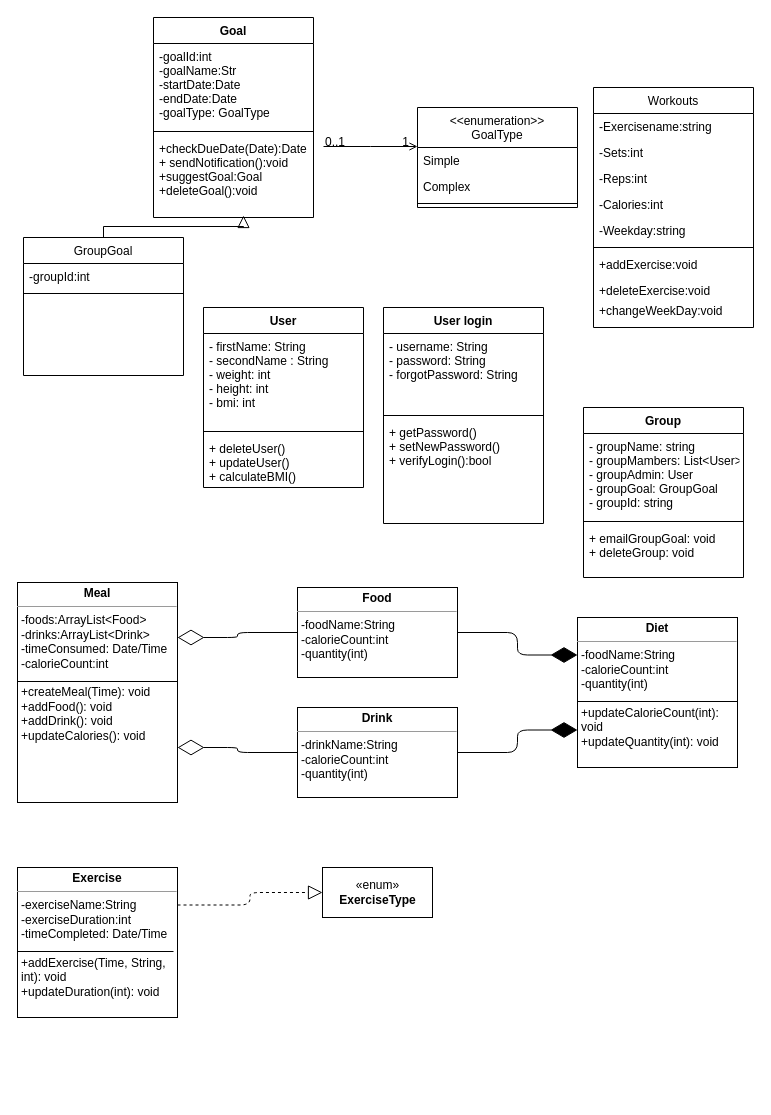
This is Untitled Diagram.drawio from UEAHealthTracker/HealthTracker, a draw.io file, before an edit. Source tidied: cells renumbered, new cells numbered last; positions are measured from the earlier drawing's top-left corner, leaving out a move shared by most shapes. Both pictures are drawn from the tidied source at 100%, with x=0, y=0 at pixel (17, 17).
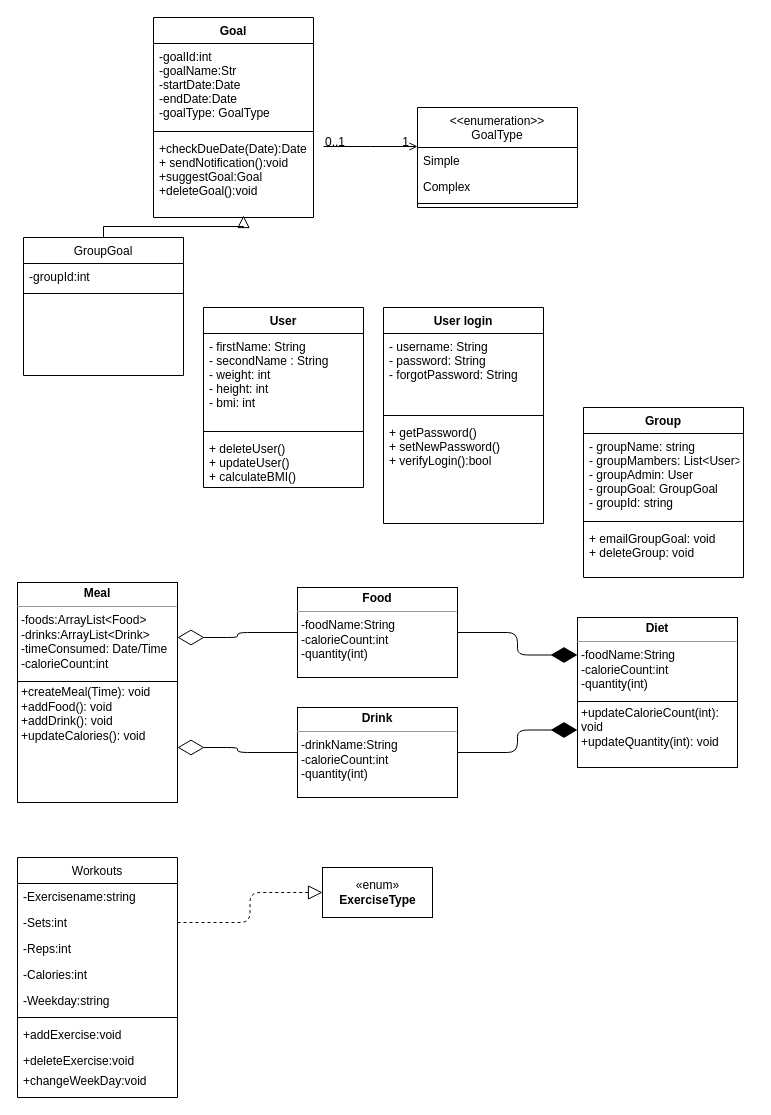
After the change.

Unchanged cells that the change refers to:
```xml
<mxCell id="28" value="-Sets:int" style="text;align=left;verticalAlign=top;spacingLeft=4;spacingRight=4;overflow=hidden;points=[[0,0.5],[1,0.5]];portConstraint=eastwest;rounded=0;shadow=0;html=0;" parent="26" vertex="1">
  <mxGeometry y="52" width="160" height="26" as="geometry" />
</mxCell>
<mxCell id="42" value="«enum»&lt;br&gt;&lt;b&gt;ExerciseType&lt;/b&gt;" style="html=1;" parent="1" vertex="1">
  <mxGeometry x="305" y="850" width="110" height="50" as="geometry" />
</mxCell>
```

What changed in the source:
```diff
@@
     <mxCell id="26" value="Workouts" style="swimlane;fontStyle=0;align=center;verticalAlign=top;horizontal=1;startSize=26;rounded=0;shadow=0;strokeWidth=1;" parent="1" vertex="1">
-      <mxGeometry x="576" y="70" width="160" height="240" as="geometry" />
+      <mxGeometry y="840" width="160" height="240" as="geometry" />
     </mxCell>
@@
-    <mxCell id="41" value="&lt;p style=&quot;margin: 0px ; margin-top: 4px ; text-align: center&quot;&gt;&lt;b&gt;Exercise&lt;/b&gt;&lt;/p&gt;&lt;hr size=&quot;1&quot;&gt;&lt;p style=&quot;margin: 0px ; margin-left: 4px&quot;&gt;-exerciseName:String&lt;br style=&quot;padding: 0px ; margin: 0px&quot;&gt;-exerciseDuration:int&lt;br style=&quot;padding: 0px ; margin: 0px&quot;&gt;-timeCompleted: Date/Time&lt;br&gt;&lt;/p&gt;&lt;p style=&quot;margin: 0px ; margin-left: 4px&quot;&gt;&lt;br&gt;&lt;/p&gt;&lt;p style=&quot;margin: 0px ; margin-left: 4px&quot;&gt;+addExercise(Time, String,&lt;br style=&quot;padding: 0px ; margin: 0px&quot;&gt;int): void&lt;br style=&quot;padding: 0px ; margin: 0px&quot;&gt;+updateDuration(int): void&lt;br&gt;&lt;/p&gt;" style="verticalAlign=top;align=left;overflow=fill;fontSize=12;fontFamily=Helvetica;html=1;" parent="1" vertex="1">
-      <mxGeometry y="850" width="160" height="150" as="geometry" />
-    </mxCell>
@@
-    <mxCell id="47" style="endArrow=block;dashed=1;endFill=0;endSize=12;html=1;exitX=1;exitY=0.25;exitDx=0;exitDy=0;edgeStyle=orthogonalEdgeStyle;entryX=0;entryY=0.5;entryDx=0;entryDy=0;" parent="1" edge="1" source="41" target="42">
+    <mxCell id="47" style="endArrow=block;dashed=1;endFill=0;endSize=12;html=1;exitX=1;exitY=0.5;exitDx=0;exitDy=0;edgeStyle=orthogonalEdgeStyle;entryX=0;entryY=0.5;entryDx=0;entryDy=0;" parent="1" edge="1" source="28" target="42">
       <mxGeometry relative="1" as="geometry" />
     </mxCell>
@@
-    <mxCell id="52" style="line;strokeWidth=1;fillColor=none;align=left;verticalAlign=middle;spacingTop=-1;spacingLeft=3;spacingRight=3;labelPosition=right;" parent="1" vertex="1">
-      <mxGeometry y="930" width="156" height="8" as="geometry" />
-    </mxCell>
```
